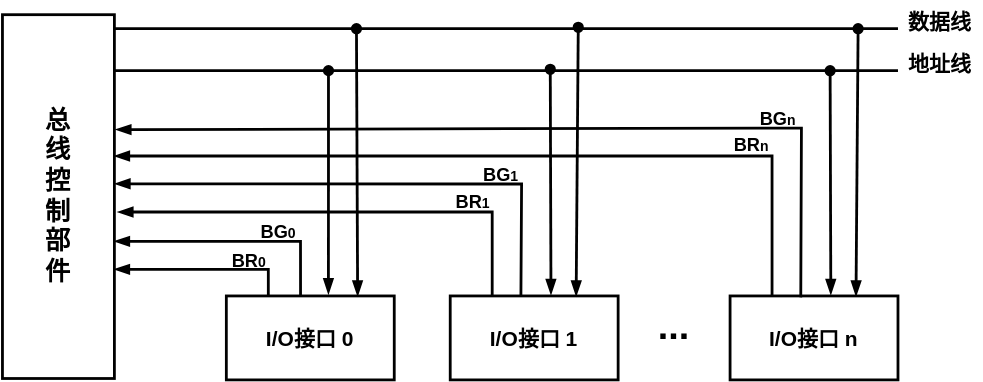
Above: pictures/计算机组成原理-总线判优控制-独立请求方式.drawio.svg in creatern/NoteBook (draw.io), before the change. Source tidied: cells renumbered, new cells last; positions are measured from the earlier drawing's top-left corner, leaving out a move shared by most shapes.
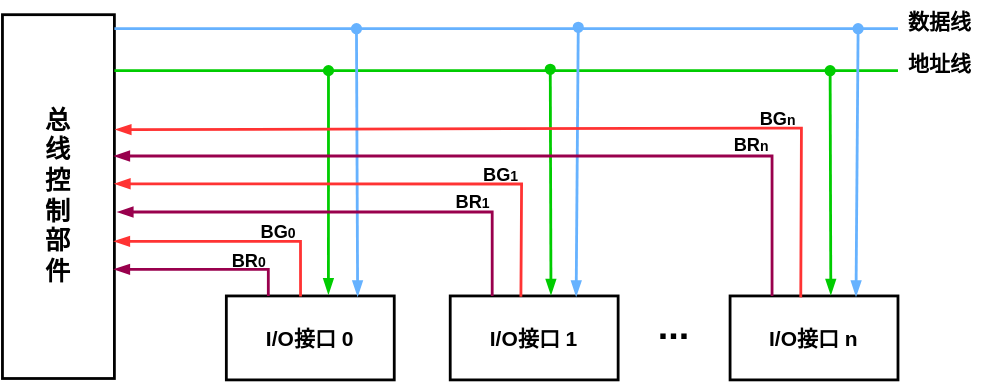
The same diagram one commit later.

What changed in the source:
```diff
@@ -2,19 +2,19 @@
   <root>
     <mxCell id="0" />
     <mxCell id="1" parent="0" />
-    <mxCell id="2" value="&lt;b style=&quot;font-size: 18px;&quot;&gt;&lt;font style=&quot;font-size: 18px;&quot;&gt;总&lt;br style=&quot;font-size: 18px;&quot;&gt;线&lt;br style=&quot;font-size: 18px;&quot;&gt;控&lt;br style=&quot;font-size: 18px;&quot;&gt;制&lt;br style=&quot;font-size: 18px;&quot;&gt;部&lt;br style=&quot;font-size: 18px;&quot;&gt;件&lt;/font&gt;&lt;/b&gt;" style="rounded=0;whiteSpace=wrap;html=1;fontFamily=Helvetica;fontSize=18;fontColor=default;strokeWidth=2;" parent="1" vertex="1">
+    <mxCell id="2" value="&lt;b style=&quot;font-size: 18px;&quot;&gt;&lt;font style=&quot;font-size: 18px;&quot;&gt;总&lt;br style=&quot;font-size: 18px;&quot;&gt;线&lt;br style=&quot;font-size: 18px;&quot;&gt;控&lt;br style=&quot;font-size: 18px;&quot;&gt;制&lt;br style=&quot;font-size: 18px;&quot;&gt;部&lt;br style=&quot;font-size: 18px;&quot;&gt;件&lt;/font&gt;&lt;/b&gt;" style="rounded=0;whiteSpace=wrap;html=1;fontFamily=Helvetica;fontSize=18;strokeWidth=2;" parent="1" vertex="1">
       <mxGeometry y="10" width="80" height="260" as="geometry" />
     </mxCell>
-    <mxCell id="3" value="&lt;b&gt;&lt;font style=&quot;font-size: 15px;&quot;&gt;I/O接口 0&lt;/font&gt;&lt;/b&gt;" style="rounded=0;whiteSpace=wrap;html=1;strokeColor=default;strokeWidth=2;fontFamily=Helvetica;fontSize=11;fontColor=default;fillColor=default;" parent="1" vertex="1">
+    <mxCell id="3" value="&lt;b&gt;&lt;font style=&quot;font-size: 15px;&quot;&gt;I/O接口 0&lt;/font&gt;&lt;/b&gt;" style="rounded=0;whiteSpace=wrap;html=1;strokeWidth=2;fontFamily=Helvetica;fontSize=11;" parent="1" vertex="1">
       <mxGeometry x="160" y="211" width="120" height="60" as="geometry" />
     </mxCell>
-    <mxCell id="4" value="&lt;b&gt;&lt;font style=&quot;font-size: 15px;&quot;&gt;I/O接口 1&lt;/font&gt;&lt;/b&gt;" style="rounded=0;whiteSpace=wrap;html=1;strokeColor=default;strokeWidth=2;fontFamily=Helvetica;fontSize=11;fontColor=default;fillColor=default;" parent="1" vertex="1">
+    <mxCell id="4" value="&lt;b&gt;&lt;font style=&quot;font-size: 15px;&quot;&gt;I/O接口 1&lt;/font&gt;&lt;/b&gt;" style="rounded=0;whiteSpace=wrap;html=1;strokeWidth=2;fontFamily=Helvetica;fontSize=11;" parent="1" vertex="1">
       <mxGeometry x="320" y="211" width="120" height="60" as="geometry" />
     </mxCell>
-    <mxCell id="5" value="&lt;b&gt;&lt;font style=&quot;font-size: 15px;&quot;&gt;I/O接口 n&lt;/font&gt;&lt;/b&gt;" style="rounded=0;whiteSpace=wrap;html=1;strokeColor=default;strokeWidth=2;fontFamily=Helvetica;fontSize=11;fontColor=default;fillColor=default;" parent="1" vertex="1">
+    <mxCell id="5" value="&lt;b&gt;&lt;font style=&quot;font-size: 15px;&quot;&gt;I/O接口 n&lt;/font&gt;&lt;/b&gt;" style="rounded=0;whiteSpace=wrap;html=1;strokeWidth=2;fontFamily=Helvetica;fontSize=11;" parent="1" vertex="1">
       <mxGeometry x="520" y="211" width="120" height="60" as="geometry" />
     </mxCell>
-    <mxCell id="6" style="endArrow=none;html=1;rounded=0;labelBackgroundColor=default;strokeColor=default;strokeWidth=2;fontFamily=Helvetica;fontSize=11;fontColor=default;shape=connector;" parent="1" edge="1">
+    <mxCell id="6" style="endArrow=none;html=1;rounded=0;labelBackgroundColor=default;strokeColor=#66B2FF;strokeWidth=2;fontFamily=Helvetica;fontSize=11;fontColor=default;shape=connector;" parent="1" edge="1">
       <mxGeometry relative="1" as="geometry">
         <mxPoint x="80" y="20" as="sourcePoint" />
         <mxPoint x="640" y="20" as="targetPoint" />
@@ -23,7 +23,7 @@
     <mxCell id="7" value="&lt;b&gt;&lt;font style=&quot;font-size: 15px;&quot;&gt;数据线&lt;/font&gt;&lt;/b&gt;" style="text;html=1;strokeColor=none;fillColor=none;align=center;verticalAlign=middle;whiteSpace=wrap;rounded=0;fontSize=11;fontFamily=Helvetica;fontColor=default;" parent="1" vertex="1">
       <mxGeometry x="640" width="60" height="30" as="geometry" />
     </mxCell>
-    <mxCell id="8" style="endArrow=none;html=1;rounded=0;labelBackgroundColor=default;strokeColor=default;strokeWidth=2;fontFamily=Helvetica;fontSize=11;fontColor=default;shape=connector;" parent="1" edge="1">
+    <mxCell id="8" style="endArrow=none;html=1;rounded=0;labelBackgroundColor=default;strokeColor=#00CC00;strokeWidth=2;fontFamily=Helvetica;fontSize=11;fontColor=default;shape=connector;" parent="1" edge="1">
       <mxGeometry relative="1" as="geometry">
         <mxPoint x="80" y="50" as="sourcePoint" />
         <mxPoint x="640" y="50" as="targetPoint" />
@@ -38,7 +38,7 @@
     <mxCell id="11" value="&lt;b style=&quot;font-size: 27px;&quot;&gt;&lt;font style=&quot;font-size: 27px;&quot;&gt;...&lt;/font&gt;&lt;/b&gt;" style="text;html=1;strokeColor=none;fillColor=none;align=center;verticalAlign=middle;whiteSpace=wrap;rounded=0;fontSize=27;fontFamily=Helvetica;fontColor=default;" parent="1" vertex="1">
       <mxGeometry x="450" y="218" width="60" height="30" as="geometry" />
     </mxCell>
-    <mxCell id="12" style="endArrow=blockThin;html=1;rounded=0;labelBackgroundColor=default;strokeColor=default;strokeWidth=2;fontFamily=Helvetica;fontSize=11;fontColor=default;shape=connector;exitX=0.25;exitY=0;exitDx=0;exitDy=0;endFill=1;" parent="1" edge="1" source="3">
+    <mxCell id="12" style="endArrow=blockThin;html=1;rounded=0;labelBackgroundColor=default;strokeColor=#99004D;strokeWidth=2;fontFamily=Helvetica;fontSize=11;fontColor=default;shape=connector;exitX=0.25;exitY=0;exitDx=0;exitDy=0;endFill=1;" parent="1" edge="1" source="3">
       <mxGeometry relative="1" as="geometry">
         <mxPoint x="80" y="192" as="targetPoint" />
         <Array as="points">
@@ -46,7 +46,7 @@
         </Array>
       </mxGeometry>
     </mxCell>
-    <mxCell id="13" style="endArrow=blockThin;html=1;rounded=0;labelBackgroundColor=default;strokeColor=default;strokeWidth=2;fontFamily=Helvetica;fontSize=11;fontColor=default;shape=connector;endFill=1;exitX=0.442;exitY=0.007;exitDx=0;exitDy=0;exitPerimeter=0;" parent="1" edge="1" source="3">
+    <mxCell id="13" style="endArrow=blockThin;html=1;rounded=0;labelBackgroundColor=default;strokeColor=#FF3333;strokeWidth=2;fontFamily=Helvetica;fontSize=11;fontColor=default;shape=connector;endFill=1;exitX=0.442;exitY=0.007;exitDx=0;exitDy=0;exitPerimeter=0;" parent="1" edge="1" source="3">
       <mxGeometry relative="1" as="geometry">
         <mxPoint x="80" y="172" as="targetPoint" />
         <Array as="points">
@@ -54,17 +54,17 @@
         </Array>
       </mxGeometry>
     </mxCell>
-    <mxCell id="14" style="endArrow=blockThin;html=1;rounded=0;labelBackgroundColor=default;strokeColor=default;strokeWidth=2;fontFamily=Helvetica;fontSize=11;fontColor=default;shape=connector;endFill=1;entryX=0.608;entryY=-0.025;entryDx=0;entryDy=0;startArrow=oval;startFill=1;entryPerimeter=0;" parent="1" edge="1" target="3">
+    <mxCell id="14" style="endArrow=blockThin;html=1;rounded=0;labelBackgroundColor=default;strokeColor=#00CC00;strokeWidth=2;fontFamily=Helvetica;fontSize=11;fontColor=default;shape=connector;endFill=1;entryX=0.608;entryY=-0.025;entryDx=0;entryDy=0;startArrow=oval;startFill=1;entryPerimeter=0;" parent="1" edge="1" target="3">
       <mxGeometry relative="1" as="geometry">
         <mxPoint x="233" y="50" as="sourcePoint" />
       </mxGeometry>
     </mxCell>
-    <mxCell id="15" style="endArrow=blockThin;html=1;rounded=0;labelBackgroundColor=default;strokeColor=default;strokeWidth=2;fontFamily=Helvetica;fontSize=11;fontColor=default;shape=connector;endFill=1;startArrow=oval;startFill=1;entryX=0.782;entryY=0;entryDx=0;entryDy=0;entryPerimeter=0;" parent="1" edge="1" target="3">
+    <mxCell id="15" style="endArrow=blockThin;html=1;rounded=0;labelBackgroundColor=default;strokeColor=#66B2FF;strokeWidth=2;fontFamily=Helvetica;fontSize=11;fontColor=default;shape=connector;endFill=1;startArrow=oval;startFill=1;entryX=0.782;entryY=0;entryDx=0;entryDy=0;entryPerimeter=0;" parent="1" edge="1" target="3">
       <mxGeometry relative="1" as="geometry">
         <mxPoint x="253" y="20" as="sourcePoint" />
       </mxGeometry>
     </mxCell>
-    <mxCell id="16" style="endArrow=blockThin;html=1;rounded=0;labelBackgroundColor=default;strokeColor=default;strokeWidth=2;fontFamily=Helvetica;fontSize=11;fontColor=default;shape=connector;endFill=1;exitX=0.25;exitY=0;exitDx=0;exitDy=0;entryX=1.031;entryY=0.625;entryDx=0;entryDy=0;entryPerimeter=0;" parent="1" edge="1" source="4">
+    <mxCell id="16" style="endArrow=blockThin;html=1;rounded=0;labelBackgroundColor=default;strokeColor=#99004D;strokeWidth=2;fontFamily=Helvetica;fontSize=11;fontColor=default;shape=connector;endFill=1;exitX=0.25;exitY=0;exitDx=0;exitDy=0;entryX=1.031;entryY=0.625;entryDx=0;entryDy=0;entryPerimeter=0;" parent="1" edge="1" source="4">
       <mxGeometry relative="1" as="geometry">
         <mxPoint x="82.5" y="151" as="targetPoint" />
         <Array as="points">
@@ -72,7 +72,7 @@
         </Array>
       </mxGeometry>
     </mxCell>
-    <mxCell id="17" style="endArrow=blockThin;html=1;rounded=0;labelBackgroundColor=default;strokeColor=default;strokeWidth=2;fontFamily=Helvetica;fontSize=11;fontColor=default;shape=connector;exitX=0.421;exitY=0.01;exitDx=0;exitDy=0;exitPerimeter=0;endFill=1;entryX=1.005;entryY=0.562;entryDx=0;entryDy=0;entryPerimeter=0;" parent="1" edge="1" source="4">
+    <mxCell id="17" style="endArrow=blockThin;html=1;rounded=0;labelBackgroundColor=default;strokeColor=#FF3333;strokeWidth=2;fontFamily=Helvetica;fontSize=11;fontColor=default;shape=connector;exitX=0.421;exitY=0.01;exitDx=0;exitDy=0;exitPerimeter=0;endFill=1;entryX=1.005;entryY=0.562;entryDx=0;entryDy=0;entryPerimeter=0;" parent="1" edge="1" source="4">
       <mxGeometry relative="1" as="geometry">
         <mxPoint x="80.4" y="130.8" as="targetPoint" />
         <Array as="points">
@@ -80,18 +80,18 @@
         </Array>
       </mxGeometry>
     </mxCell>
-    <mxCell id="18" style="endArrow=blockThin;html=1;rounded=0;labelBackgroundColor=default;strokeColor=default;strokeWidth=2;fontFamily=Helvetica;fontSize=11;fontColor=default;shape=connector;endFill=1;startArrow=oval;startFill=1;" parent="1" edge="1">
+    <mxCell id="18" style="endArrow=blockThin;html=1;rounded=0;labelBackgroundColor=default;strokeColor=#00CC00;strokeWidth=2;fontFamily=Helvetica;fontSize=11;fontColor=default;shape=connector;endFill=1;startArrow=oval;startFill=1;" parent="1" edge="1">
       <mxGeometry relative="1" as="geometry">
         <mxPoint x="391.5" y="49" as="sourcePoint" />
         <mxPoint x="392" y="210" as="targetPoint" />
       </mxGeometry>
     </mxCell>
-    <mxCell id="19" style="endArrow=blockThin;html=1;rounded=0;labelBackgroundColor=default;strokeColor=default;strokeWidth=2;fontFamily=Helvetica;fontSize=11;fontColor=default;shape=connector;endFill=1;startArrow=oval;startFill=1;entryX=0.75;entryY=0;entryDx=0;entryDy=0;" parent="1" edge="1" target="4">
+    <mxCell id="19" style="endArrow=blockThin;html=1;rounded=0;labelBackgroundColor=default;strokeColor=#66B2FF;strokeWidth=2;fontFamily=Helvetica;fontSize=11;fontColor=default;shape=connector;endFill=1;startArrow=oval;startFill=1;entryX=0.75;entryY=0;entryDx=0;entryDy=0;" parent="1" edge="1" target="4">
       <mxGeometry relative="1" as="geometry">
         <mxPoint x="411.5" y="19" as="sourcePoint" />
       </mxGeometry>
     </mxCell>
-    <mxCell id="20" style="endArrow=blockThin;html=1;rounded=0;labelBackgroundColor=default;strokeColor=default;strokeWidth=2;fontFamily=Helvetica;fontSize=11;fontColor=default;shape=connector;exitX=0.25;exitY=0;exitDx=0;exitDy=0;endFill=1;entryX=1;entryY=0.5;entryDx=0;entryDy=0;" parent="1" edge="1" source="5">
+    <mxCell id="20" style="endArrow=blockThin;html=1;rounded=0;labelBackgroundColor=default;strokeColor=#99004D;strokeWidth=2;fontFamily=Helvetica;fontSize=11;fontColor=default;shape=connector;exitX=0.25;exitY=0;exitDx=0;exitDy=0;endFill=1;entryX=1;entryY=0.5;entryDx=0;entryDy=0;" parent="1" edge="1" source="5">
       <mxGeometry relative="1" as="geometry">
         <mxPoint x="80" y="111" as="targetPoint" />
         <Array as="points">
@@ -99,7 +99,7 @@
         </Array>
       </mxGeometry>
     </mxCell>
-    <mxCell id="21" style="endArrow=blockThin;html=1;rounded=0;labelBackgroundColor=default;strokeColor=default;strokeWidth=2;fontFamily=Helvetica;fontSize=11;fontColor=default;shape=connector;exitX=0.421;exitY=0.017;exitDx=0;exitDy=0;exitPerimeter=0;endFill=1;entryX=1.013;entryY=0.441;entryDx=0;entryDy=0;entryPerimeter=0;" parent="1" edge="1" source="5">
+    <mxCell id="21" style="endArrow=blockThin;html=1;rounded=0;labelBackgroundColor=default;strokeColor=#FF3333;strokeWidth=2;fontFamily=Helvetica;fontSize=11;fontColor=default;shape=connector;exitX=0.421;exitY=0.017;exitDx=0;exitDy=0;exitPerimeter=0;endFill=1;entryX=1.013;entryY=0.441;entryDx=0;entryDy=0;entryPerimeter=0;" parent="1" edge="1" source="5">
       <mxGeometry relative="1" as="geometry">
         <mxPoint x="81" y="92.1" as="targetPoint" />
         <Array as="points">
@@ -107,13 +107,13 @@
         </Array>
       </mxGeometry>
     </mxCell>
-    <mxCell id="22" style="endArrow=blockThin;html=1;rounded=0;labelBackgroundColor=default;strokeColor=default;strokeWidth=2;fontFamily=Helvetica;fontSize=11;fontColor=default;shape=connector;endFill=1;startArrow=oval;startFill=1;" parent="1" edge="1">
+    <mxCell id="22" style="endArrow=blockThin;html=1;rounded=0;labelBackgroundColor=default;strokeColor=#00CC00;strokeWidth=2;fontFamily=Helvetica;fontSize=11;fontColor=default;shape=connector;endFill=1;startArrow=oval;startFill=1;" parent="1" edge="1">
       <mxGeometry relative="1" as="geometry">
         <mxPoint x="591.5" y="50" as="sourcePoint" />
         <mxPoint x="592" y="210" as="targetPoint" />
       </mxGeometry>
     </mxCell>
-    <mxCell id="23" style="endArrow=blockThin;html=1;rounded=0;labelBackgroundColor=default;strokeColor=default;strokeWidth=2;fontFamily=Helvetica;fontSize=11;fontColor=default;shape=connector;endFill=1;startArrow=oval;startFill=1;entryX=0.75;entryY=0;entryDx=0;entryDy=0;" parent="1" edge="1" target="5">
+    <mxCell id="23" style="endArrow=blockThin;html=1;rounded=0;labelBackgroundColor=default;strokeColor=#66B2FF;strokeWidth=2;fontFamily=Helvetica;fontSize=11;fontColor=default;shape=connector;endFill=1;startArrow=oval;startFill=1;entryX=0.75;entryY=0;entryDx=0;entryDy=0;" parent="1" edge="1" target="5">
       <mxGeometry relative="1" as="geometry">
         <mxPoint x="611.5" y="20" as="sourcePoint" />
       </mxGeometry>
```
